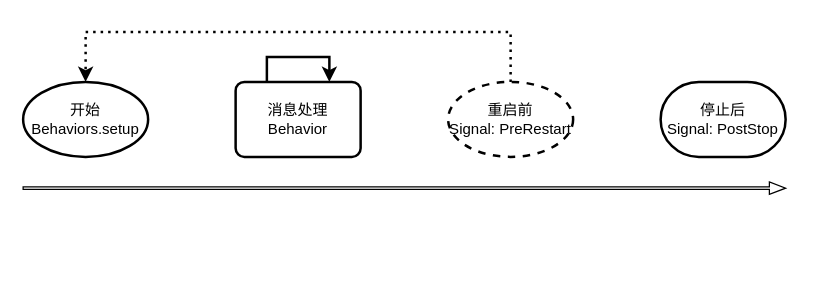
The draw.io diagram book/docs/draw/actor.drawio in yangbajing/akka-cookbook, before the edit. Source tidied: cells renumbered, new cells numbered last; positions are measured from the earlier drawing's top-left corner, leaving out a move shared by most shapes. Both pictures are drawn from the tidied source at 125%, with x=0, y=0 at pixel (22, 31).
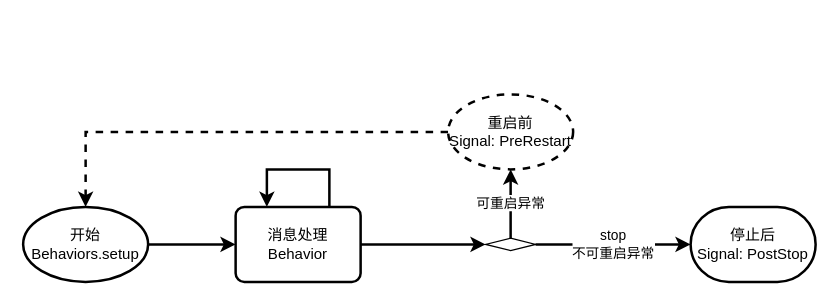
Above is the later version.

The edit, as a diff of the source:
```diff
@@
 <mxGraphModel>
   <root>
     <mxCell id="0" />
     <mxCell id="1" parent="0" />
+    <mxCell id="9" style="edgeStyle=orthogonalEdgeStyle;rounded=0;jettySize=auto;html=1;exitX=1;exitY=0.5;exitDx=0;exitDy=0;exitPerimeter=0;entryX=0;entryY=0.5;entryDx=0;entryDy=0;strokeWidth=2;" parent="1" edge="1" source="2" target="6">
+      <mxGeometry relative="1" as="geometry" />
+    </mxCell>
     <mxCell id="2" value="开始&lt;br style=&quot;white-space: normal&quot;&gt;&lt;span style=&quot;white-space: normal&quot;&gt;Behaviors.setup&lt;/span&gt;" style="strokeWidth=2;html=1;shape=mxgraph.flowchart.start_1;whiteSpace=wrap;" parent="1" vertex="1">
-      <mxGeometry y="40" width="100" height="60" as="geometry" />
+      <mxGeometry y="140" width="100" height="60" as="geometry" />
     </mxCell>
     <mxCell id="3" value="停止后&lt;br&gt;Signal: PostStop" style="strokeWidth=2;html=1;shape=mxgraph.flowchart.terminator;whiteSpace=wrap;" parent="1" vertex="1">
-      <mxGeometry x="510" y="40" width="100" height="60" as="geometry" />
+      <mxGeometry x="534" y="140" width="100" height="60" as="geometry" />
     </mxCell>
-    <mxCell id="4" style="edgeStyle=orthogonalEdgeStyle;rounded=0;jettySize=auto;html=1;exitX=0.5;exitY=0;exitDx=0;exitDy=0;exitPerimeter=0;entryX=0.5;entryY=0;entryDx=0;entryDy=0;entryPerimeter=0;dashed=1;strokeWidth=2;dashPattern=1 2;" parent="1" edge="1" source="5" target="2">
-      <mxGeometry relative="1" as="geometry">
-        <Array as="points">
-          <mxPoint x="390" />
-          <mxPoint x="50" />
-        </Array>
-      </mxGeometry>
+    <mxCell id="4" style="edgeStyle=orthogonalEdgeStyle;rounded=0;jettySize=auto;html=1;exitX=0;exitY=0.5;exitDx=0;exitDy=0;exitPerimeter=0;entryX=0.5;entryY=0;entryDx=0;entryDy=0;entryPerimeter=0;dashed=1;strokeWidth=2;" parent="1" edge="1" source="5" target="2">
+      <mxGeometry relative="1" as="geometry" />
     </mxCell>
     <mxCell id="5" value="重启前&lt;br&gt;Signal: PreRestart" style="strokeWidth=2;html=1;shape=mxgraph.flowchart.start_2;whiteSpace=wrap;gradientColor=none;dashed=1;" parent="1" vertex="1">
-      <mxGeometry x="340" y="40" width="100" height="60" as="geometry" />
+      <mxGeometry x="340" y="50" width="100" height="60" as="geometry" />
     </mxCell>
+    <mxCell id="10" style="edgeStyle=orthogonalEdgeStyle;rounded=0;jettySize=auto;html=1;exitX=1;exitY=0.5;exitDx=0;exitDy=0;entryX=0;entryY=0.5;entryDx=0;entryDy=0;strokeWidth=2;" parent="1" edge="1" source="6" target="13">
+      <mxGeometry relative="1" as="geometry" />
+    </mxCell>
     <mxCell id="6" value="消息处理&lt;br&gt;Behavior" style="rounded=1;whiteSpace=wrap;html=1;absoluteArcSize=1;arcSize=14;strokeWidth=2;" parent="1" vertex="1">
-      <mxGeometry x="170" y="40" width="100" height="60" as="geometry" />
+      <mxGeometry x="170" y="140" width="100" height="60" as="geometry" />
     </mxCell>
-    <mxCell id="7" style="verticalLabelPosition=bottom;verticalAlign=top;html=1;strokeWidth=1;shape=mxgraph.arrows2.arrow;dy=0.8;dx=13;notch=0;gradientColor=none;rotation=0;" parent="1" vertex="1">
-      <mxGeometry y="120" width="610" height="10" as="geometry" />
-    </mxCell>
+    <mxCell id="11" value="stop&lt;br&gt;不可重启异常" style="edgeStyle=orthogonalEdgeStyle;rounded=0;jettySize=auto;html=1;exitX=1;exitY=0.5;exitDx=0;exitDy=0;entryX=0;entryY=0.5;entryDx=0;entryDy=0;entryPerimeter=0;strokeWidth=2;" parent="1" edge="1" source="13" target="3">
+      <mxGeometry relative="1" as="geometry" />
+    </mxCell>
+    <mxCell id="12" value="可重启异常" style="edgeStyle=orthogonalEdgeStyle;rounded=0;jettySize=auto;html=1;exitX=0.5;exitY=0;exitDx=0;exitDy=0;entryX=0.5;entryY=1;entryDx=0;entryDy=0;entryPerimeter=0;strokeWidth=2;" parent="1" edge="1" source="13" target="5">
+      <mxGeometry relative="1" as="geometry" />
+    </mxCell>
+    <mxCell id="13" style="rhombus;whiteSpace=wrap;html=1;" parent="1" vertex="1">
+      <mxGeometry x="370" y="165" width="40" height="10" as="geometry" />
+    </mxCell>
-    <mxCell id="8" style="edgeStyle=orthogonalEdgeStyle;rounded=0;orthogonalLoop=1;jettySize=auto;html=1;exitX=0.25;exitY=0;exitDx=0;exitDy=0;entryX=0.75;entryY=0;entryDx=0;entryDy=0;strokeWidth=2;" parent="1" edge="1" source="6" target="6">
+    <mxCell id="8" style="edgeStyle=orthogonalEdgeStyle;rounded=0;orthogonalLoop=1;jettySize=auto;html=1;exitX=0.75;exitY=0;exitDx=0;exitDy=0;entryX=0.25;entryY=0;entryDx=0;entryDy=0;strokeWidth=2;" parent="1" edge="1" source="6" target="6">
       <mxGeometry relative="1" as="geometry">
         <Array as="points">
-          <mxPoint x="195" y="20" />
-          <mxPoint x="245" y="20" />
+          <mxPoint x="245" y="110" />
+          <mxPoint x="195" y="110" />
         </Array>
       </mxGeometry>
     </mxCell>
   </root>
 </mxGraphModel>
```
